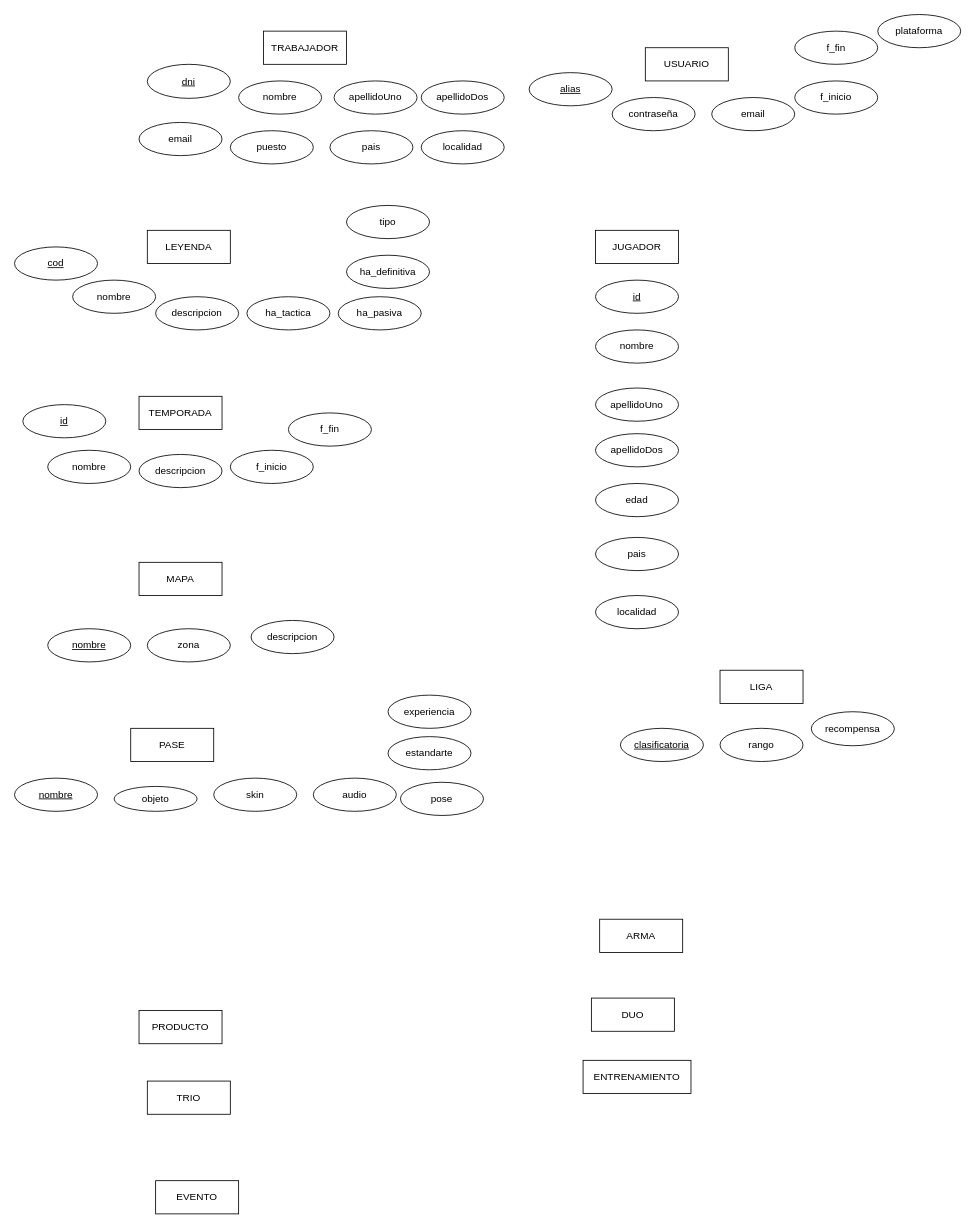
The draw.io diagram modelo_entidad_relacion/modelo_entidad_relacion.drawio in raulgp97/base_de_datos_apex_leyends, before the edit. Source tidied: cells renumbered, new cells numbered last; positions are measured from the earlier drawing's top-left corner, leaving out a move shared by most shapes. Both pictures are drawn from the tidied source at 83%, with x=0, y=0 at pixel (14, 14).
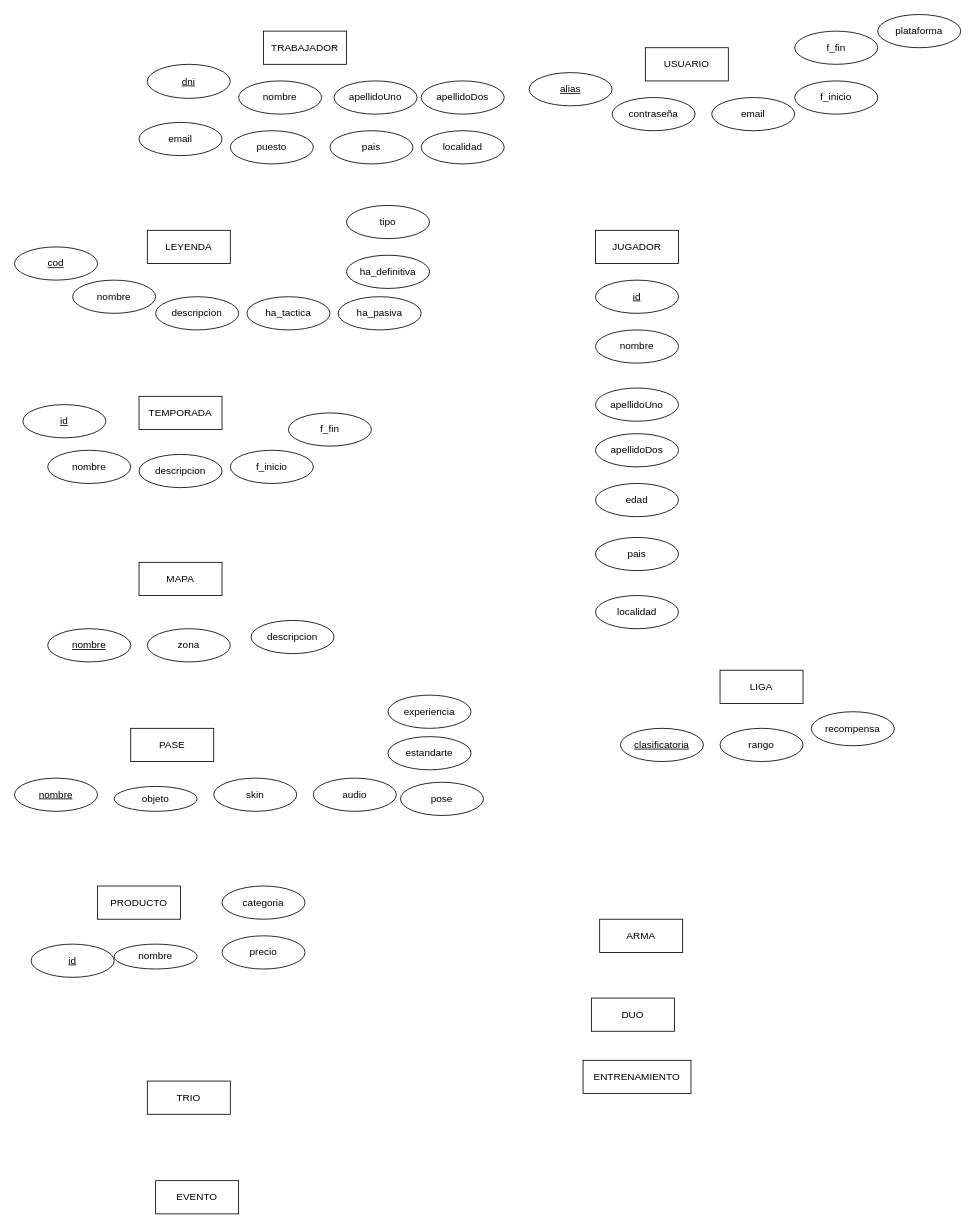
The same page after the edit.

Commit message:
Entidad producto

He añadido los atributos de la entidad producto.

What changed in the source:
```diff
@@
     <mxCell id="10" value="PRODUCTO" style="whiteSpace=wrap;html=1;align=center;" parent="1" vertex="1">
-      <mxGeometry x="150" y="1200" width="100" height="40" as="geometry" />
+      <mxGeometry x="100" y="1050" width="100" height="40" as="geometry" />
     </mxCell>
@@
+    <mxCell id="62" value="id" style="ellipse;whiteSpace=wrap;html=1;align=center;fontStyle=4;" parent="1" vertex="1">
+      <mxGeometry x="20" y="1120" width="100" height="40" as="geometry" />
+    </mxCell>
+    <mxCell id="63" value="precio" style="ellipse;whiteSpace=wrap;html=1;align=center;" parent="1" vertex="1">
+      <mxGeometry x="250" y="1110" width="100" height="40" as="geometry" />
+    </mxCell>
+    <mxCell id="64" value="nombre" style="ellipse;whiteSpace=wrap;html=1;align=center;" parent="1" vertex="1">
+      <mxGeometry x="120" y="1120" width="100" height="30" as="geometry" />
+    </mxCell>
+    <mxCell id="65" value="categoria" style="ellipse;whiteSpace=wrap;html=1;align=center;" parent="1" vertex="1">
+      <mxGeometry x="250" y="1050" width="100" height="40" as="geometry" />
+    </mxCell>
```
